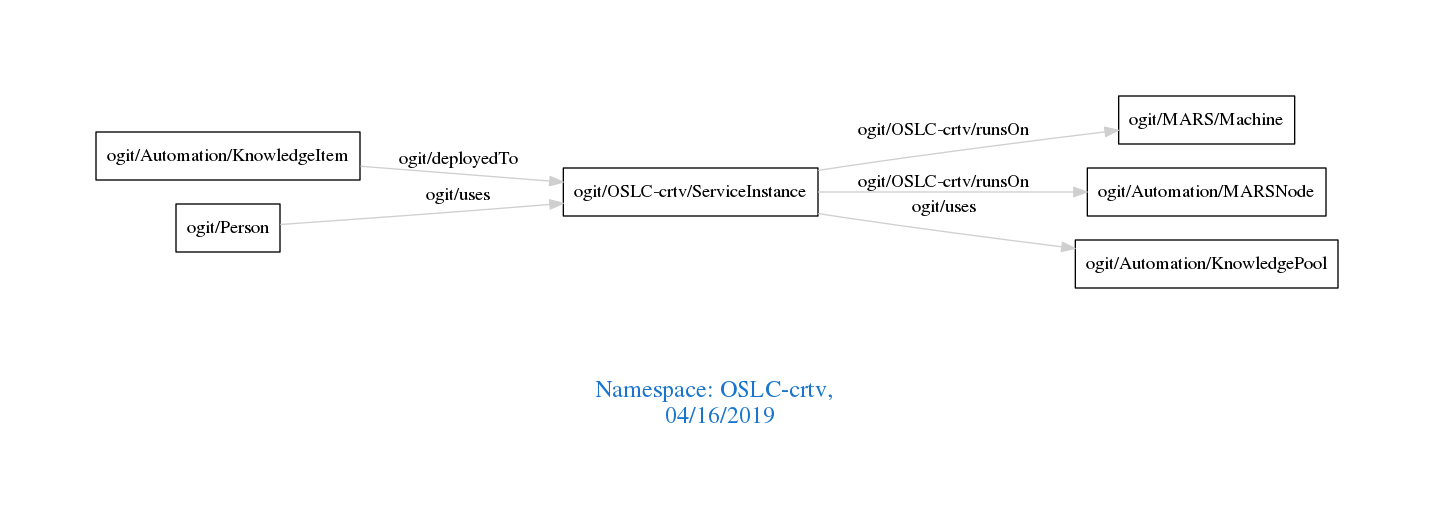
The Graphviz diagram downloads/OSLC-crtv.png in arago/OGIT, before a commit. Its source is kept beside it as downloads/OSLC-crtv.dot. Source of this version:
```dot
digraph OGIT_ontology {
 graph [ rankdir= LR,pad=1
fontsize = 18,
fontcolor= dodgerblue3,label = "\n\n\nNamespace: OSLC-crtv, \n 04/16/2019"];
node[shape=polygon];
edge [  color="gray81"];

   "ogit/Automation/KnowledgeItem" -> "ogit/OSLC-crtv/ServiceInstance" [label="   ogit/deployedTo    "];
   "ogit/OSLC-crtv/ServiceInstance" -> "ogit/MARS/Machine" [label="   ogit/OSLC-crtv/runsOn    "];
   "ogit/OSLC-crtv/ServiceInstance" -> "ogit/Automation/MARSNode" [label="   ogit/OSLC-crtv/runsOn    "];
   "ogit/OSLC-crtv/ServiceInstance" -> "ogit/Automation/KnowledgePool" [label="   ogit/uses    "];
   "ogit/Person" -> "ogit/OSLC-crtv/ServiceInstance" [label="   ogit/uses    "];
}
```
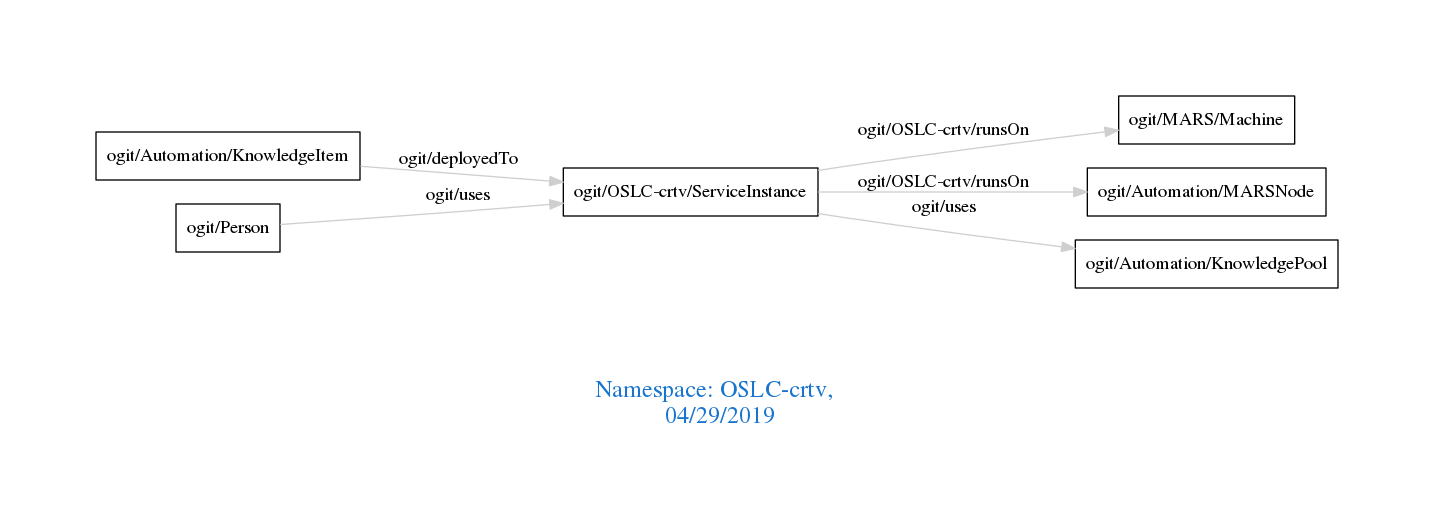
The same file after the commit.

Change to the diagram source:
```diff
@@ -1,7 +1,7 @@
 digraph OGIT_ontology {
  graph [ rankdir= LR,pad=1
 fontsize = 18,
-fontcolor= dodgerblue3,label = "\n\n\nNamespace: OSLC-crtv, \n 04/16/2019"];
+fontcolor= dodgerblue3,label = "\n\n\nNamespace: OSLC-crtv, \n 04/29/2019"];
 node[shape=polygon];
 edge [  color="gray81"];
 
```
